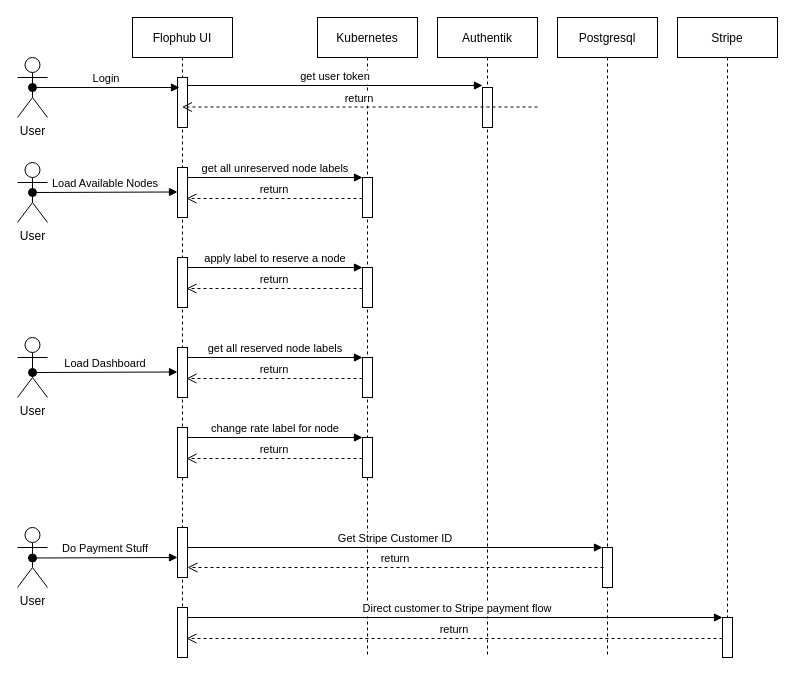
The draw.io diagram page "Architecture - Sequence Diagram" (7 of 7) of flophub.drawio in flophub/docs, before the edit. Source tidied: cells renumbered, new cells numbered last; positions are measured from the earlier drawing's top-left corner, leaving out a move shared by most shapes. Both pictures are drawn from the tidied source at 100%, with x=0, y=0 at pixel (17, 17).
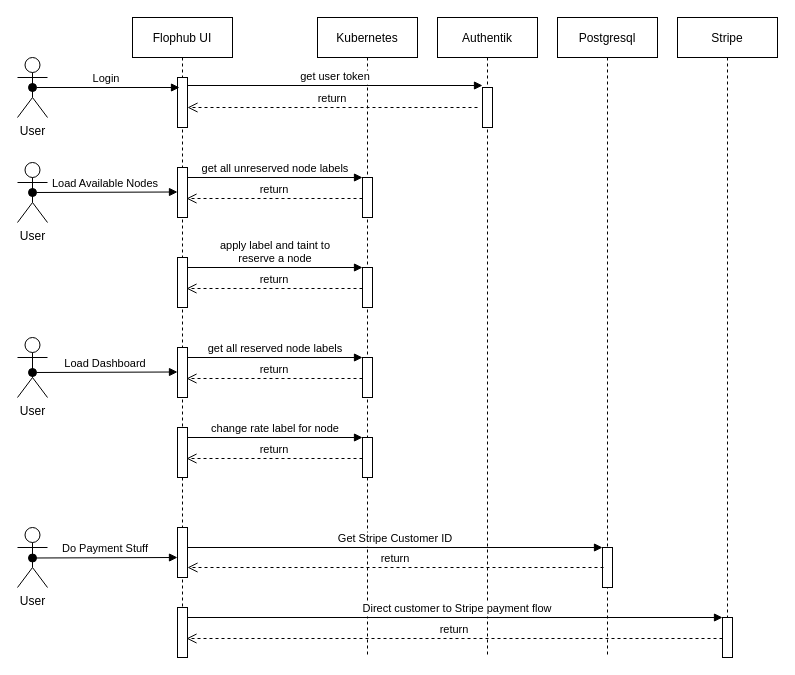
Above is the later version.

Commit message:
some cleanup on sequence diagram

The change refers to these unchanged cells:
```xml
<mxCell id="2" value="Flophub UI" style="shape=umlLifeline;perimeter=lifelinePerimeter;rounded=0;shadow=0;strokeWidth=1;" parent="1" vertex="1">
  <mxGeometry x="115" width="100" height="640" as="geometry" />
</mxCell>
<mxCell id="28" style="points=[];perimeter=orthogonalPerimeter;rounded=0;shadow=0;strokeWidth=1;" parent="1" vertex="1">
  <mxGeometry x="160" y="240" width="10" height="50" as="geometry" />
</mxCell>
<mxCell id="29" style="points=[];perimeter=orthogonalPerimeter;rounded=0;shadow=0;strokeWidth=1;" parent="1" vertex="1">
  <mxGeometry x="345" y="250" width="10" height="40" as="geometry" />
</mxCell>
```

Diff of the diagram source:
```diff
@@
-    <mxCell id="22" value="return" style="verticalAlign=bottom;endArrow=open;dashed=1;endSize=8;shadow=0;strokeWidth=1;" parent="1" edge="1" target="2">
+    <mxCell id="22" value="return" style="verticalAlign=bottom;endArrow=open;dashed=1;endSize=8;shadow=0;strokeWidth=1;" parent="1" edge="1">
       <mxGeometry relative="1" as="geometry">
-        <mxPoint x="520" y="89.5" as="sourcePoint" />
+        <mxPoint x="460" y="90" as="sourcePoint" />
+        <mxPoint x="170" y="90" as="targetPoint" />
       </mxGeometry>
     </mxCell>
@@
-    <mxCell id="30" value="apply label to reserve a node" style="verticalAlign=bottom;endArrow=block;entryX=0;entryY=0;shadow=0;strokeWidth=1;" parent="1" edge="1" source="28" target="29">
+    <mxCell id="30" value="apply label and taint to&#10;reserve a node" style="verticalAlign=bottom;endArrow=block;entryX=0;entryY=0;shadow=0;strokeWidth=1;" parent="1" edge="1" source="28" target="29">
       <mxGeometry relative="1" as="geometry" />
     </mxCell>
```
